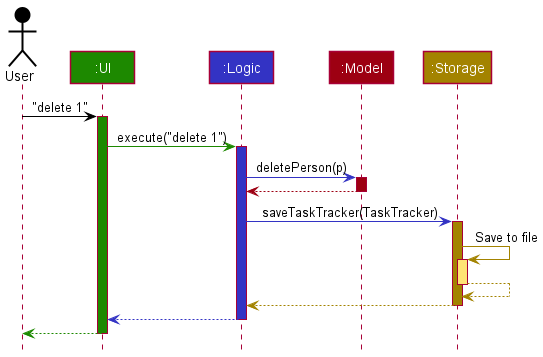
The PlantUML diagram docs/images/ArchitectureSequenceDiagram.png in nus-cs2103-AY2021S2/tp, before a commit.
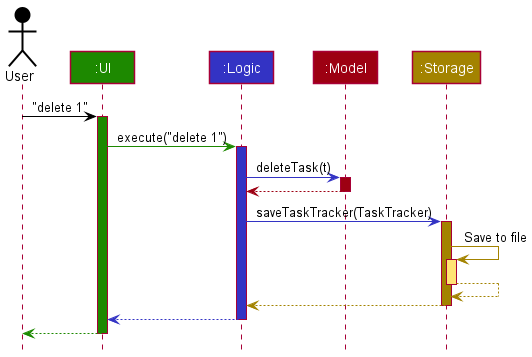
The same file after the commit.

Diff of the diagram source:
```diff
@@ -13,7 +13,7 @@
 ui -[UI_COLOR]> logic : execute("delete 1")
 activate logic LOGIC_COLOR
 
-logic -[LOGIC_COLOR]> model : deletePerson(p)
+logic -[LOGIC_COLOR]> model : deleteTask(t)
 activate model MODEL_COLOR
 
 model -[MODEL_COLOR]-> logic
```
